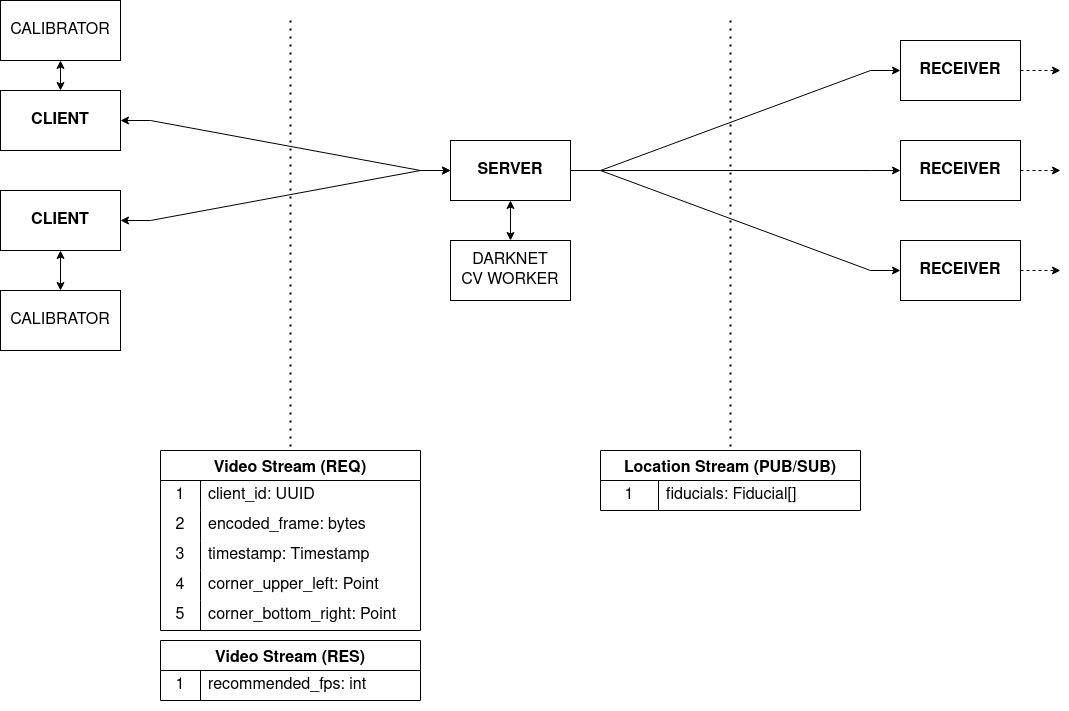
mahyarmirrashed/fiducial-tracker keeps this draw.io diagram as res/architecture.png. Above is the earlier version. Source tidied: cells renumbered, new cells last; positions are measured from the earlier drawing's top-left corner, leaving out a move shared by most shapes.
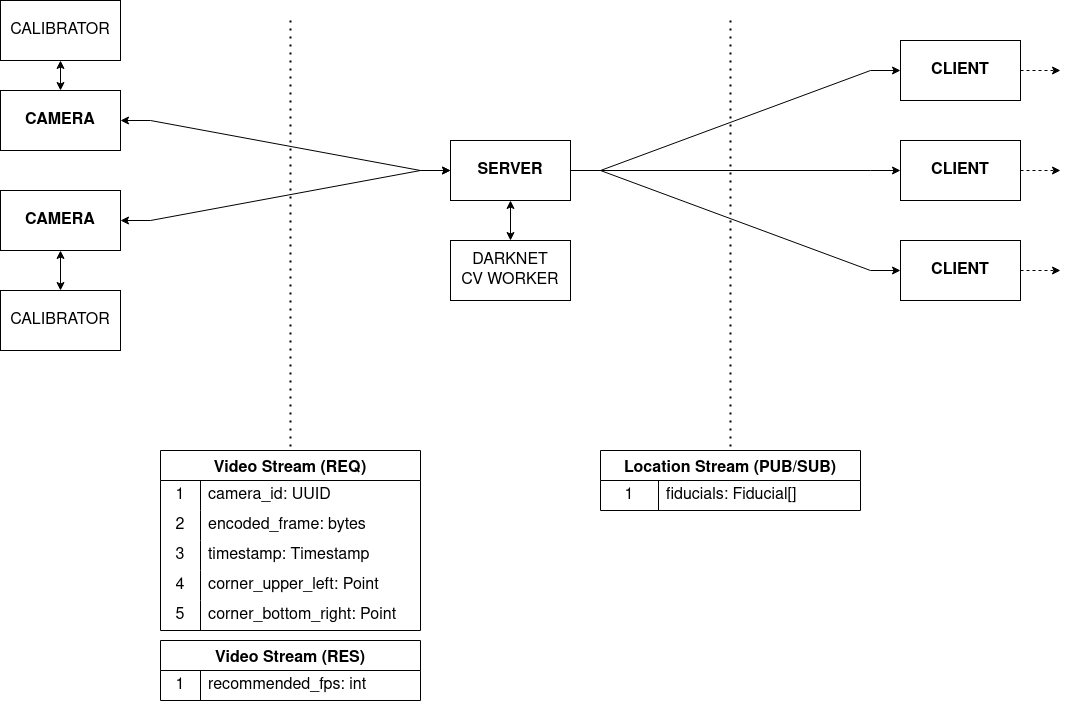
After the commit.

What changed in the source:
```diff
@@ -5,19 +5,19 @@
     <mxCell id="2" value="&lt;div style=&quot;font-size: 16px;&quot;&gt;SERVER&lt;/div&gt;" style="rounded=0;whiteSpace=wrap;html=1;fontSize=16;fontStyle=1;" parent="1" vertex="1">
       <mxGeometry x="450" y="140" width="120" height="60" as="geometry" />
     </mxCell>
-    <mxCell id="3" value="RECEIVER" style="rounded=0;whiteSpace=wrap;html=1;fontSize=16;fontStyle=1;" parent="1" vertex="1">
+    <mxCell id="3" value="CLIENT" style="rounded=0;whiteSpace=wrap;html=1;fontSize=16;fontStyle=1;" parent="1" vertex="1">
       <mxGeometry x="900" y="140" width="120" height="60" as="geometry" />
     </mxCell>
-    <mxCell id="4" value="RECEIVER" style="rounded=0;whiteSpace=wrap;html=1;fontSize=16;fontStyle=1;" parent="1" vertex="1">
+    <mxCell id="4" value="CLIENT" style="rounded=0;whiteSpace=wrap;html=1;fontSize=16;fontStyle=1;" parent="1" vertex="1">
       <mxGeometry x="900" y="40" width="120" height="60" as="geometry" />
     </mxCell>
-    <mxCell id="5" value="RECEIVER" style="rounded=0;whiteSpace=wrap;html=1;fontSize=16;fontStyle=1;" parent="1" vertex="1">
+    <mxCell id="5" value="CLIENT" style="rounded=0;whiteSpace=wrap;html=1;fontSize=16;fontStyle=1;" parent="1" vertex="1">
       <mxGeometry x="900" y="240" width="120" height="60" as="geometry" />
     </mxCell>
-    <mxCell id="6" value="CLIENT" style="rounded=0;whiteSpace=wrap;html=1;fontSize=16;fontStyle=1;" parent="1" vertex="1">
+    <mxCell id="6" value="CAMERA" style="rounded=0;whiteSpace=wrap;html=1;fontSize=16;fontStyle=1;" parent="1" vertex="1">
       <mxGeometry y="190" width="120" height="60" as="geometry" />
     </mxCell>
-    <mxCell id="7" value="CLIENT" style="rounded=0;whiteSpace=wrap;html=1;fontSize=16;fontStyle=1;" parent="1" vertex="1">
+    <mxCell id="7" value="CAMERA" style="rounded=0;whiteSpace=wrap;html=1;fontSize=16;fontStyle=1;" parent="1" vertex="1">
       <mxGeometry y="90" width="120" height="60" as="geometry" />
     </mxCell>
     <mxCell id="8" style="endArrow=classic;startArrow=classic;html=1;rounded=0;exitX=0.5;exitY=0;exitDx=0;exitDy=0;" parent="1" edge="1" source="47" target="2">
@@ -68,7 +68,7 @@
     <mxCell id="21" value="1" style="shape=partialRectangle;html=1;whiteSpace=wrap;fillColor=none;top=0;left=0;bottom=0;right=0;overflow=hidden;strokeColor=inherit;fontSize=16;" parent="20" vertex="1">
       <mxGeometry width="40" height="30" as="geometry" />
     </mxCell>
-    <mxCell id="22" value="client_id: UUID" style="shape=partialRectangle;html=1;whiteSpace=wrap;fillColor=none;top=0;left=0;bottom=0;right=0;align=left;spacingLeft=6;overflow=hidden;strokeColor=inherit;fontSize=16;" parent="20" vertex="1">
+    <mxCell id="22" value="camera_id: UUID" style="shape=partialRectangle;html=1;whiteSpace=wrap;fillColor=none;top=0;left=0;bottom=0;right=0;align=left;spacingLeft=6;overflow=hidden;strokeColor=inherit;fontSize=16;" parent="20" vertex="1">
       <mxGeometry x="40" width="220" height="30" as="geometry" />
     </mxCell>
     <mxCell id="23" style="shape=tableRow;horizontal=0;startSize=0;swimlaneHead=0;swimlaneBody=0;top=0;left=0;bottom=0;right=0;fillColor=none;strokeColor=inherit;fontSize=16;" parent="19" vertex="1">
```
